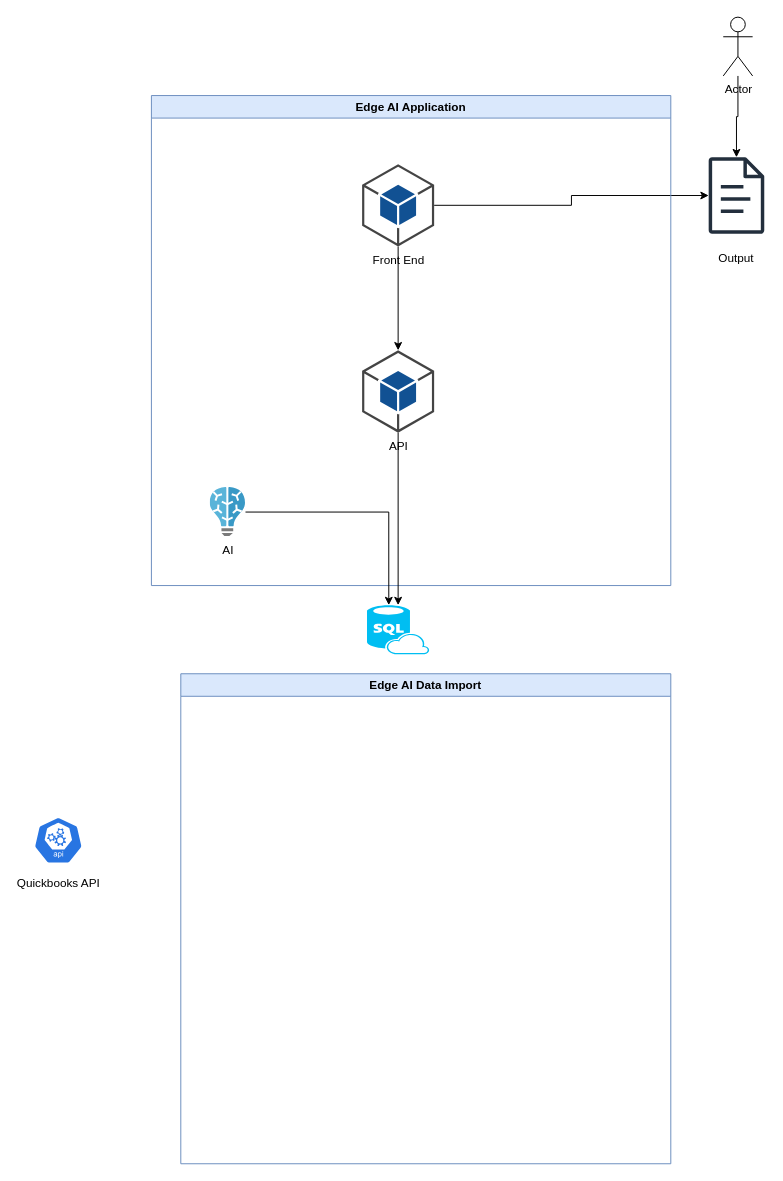
The draw.io diagram EdgeAI.drawio in mattwatts36/drawings, before the edit. Source tidied: cells renumbered, new cells numbered last; positions are measured from the earlier drawing's top-left corner, leaving out a move shared by most shapes. Both pictures are drawn from the tidied source at 98%, with x=0, y=0 at pixel (33, 17).
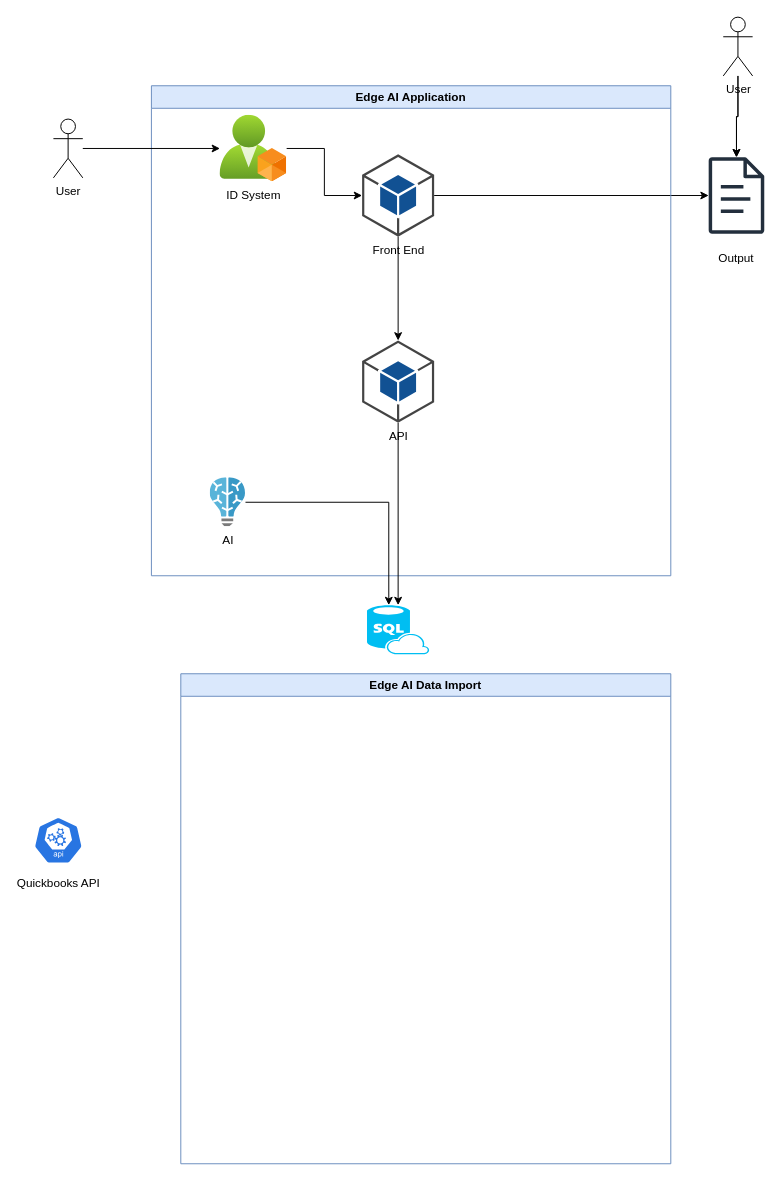
Above is the later version.

Commit message:
Added identity system

Unchanged cells that the change refers to:
```xml
<mxCell id="4" style="sketch=0;outlineConnect=0;fontColor=#232F3E;gradientColor=none;fillColor=#232F3D;strokeColor=none;dashed=0;verticalLabelPosition=bottom;verticalAlign=top;align=center;html=1;fontSize=12;fontStyle=0;shape=mxgraph.aws4.document;" parent="1" vertex="1">
  <mxGeometry x="688.5" y="143" width="57" height="78" as="geometry" />
</mxCell>
<mxCell id="11" value="Front End" style="outlineConnect=0;dashed=0;verticalLabelPosition=bottom;verticalAlign=top;align=center;html=1;shape=mxgraph.aws3.android;fillColor=#115193;gradientColor=none;" parent="9" vertex="1">
  <mxGeometry x="215" y="70" width="73.5" height="84" as="geometry" />
</mxCell>
```

The edit, as a diff of the source:
```diff
@@
+    <mxCell id="17" style="edgeStyle=orthogonalEdgeStyle;rounded=0;jettySize=auto;html=1;" parent="1" edge="1" source="7" target="4">
+      <mxGeometry relative="1" as="geometry" />
+    </mxCell>
-    <mxCell id="7" value="Actor" style="shape=umlActor;verticalLabelPosition=bottom;verticalAlign=top;html=1;outlineConnect=0;" parent="1" vertex="1">
+    <mxCell id="7" value="User" style="shape=umlActor;verticalLabelPosition=bottom;verticalAlign=top;html=1;outlineConnect=0;" parent="1" vertex="1">
       <mxGeometry x="703.5" width="30" height="60" as="geometry" />
     </mxCell>
@@
     <mxCell id="9" value="Edge AI Application" style="swimlane;whiteSpace=wrap;html=1;fillColor=#dae8fc;strokeColor=#6c8ebf;" parent="1" vertex="1">
-      <mxGeometry x="120" y="80" width="530" height="500" as="geometry" />
+      <mxGeometry x="120" y="70" width="530" height="500" as="geometry" />
     </mxCell>
@@
+    <mxCell id="18" style="edgeStyle=orthogonalEdgeStyle;rounded=0;jettySize=auto;html=1;" parent="9" edge="1" source="19" target="11">
+      <mxGeometry relative="1" as="geometry" />
+    </mxCell>
+    <mxCell id="19" value="ID System" style="image;html=1;points=[];align=center;fontSize=12;image=img/lib/azure2/identity/Custom_Azure_AD_Roles.svg;" parent="9" vertex="1">
+      <mxGeometry x="70" y="30" width="68" height="68" as="geometry" />
+    </mxCell>
@@
+    <mxCell id="20" style="edgeStyle=orthogonalEdgeStyle;rounded=0;jettySize=auto;html=1;" parent="1" edge="1" source="21" target="19">
+      <mxGeometry relative="1" as="geometry" />
+    </mxCell>
+    <mxCell id="21" value="User" style="shape=umlActor;verticalLabelPosition=bottom;verticalAlign=top;html=1;outlineConnect=0;" parent="1" vertex="1">
+      <mxGeometry x="20" y="104" width="30" height="60" as="geometry" />
+    </mxCell>
```
